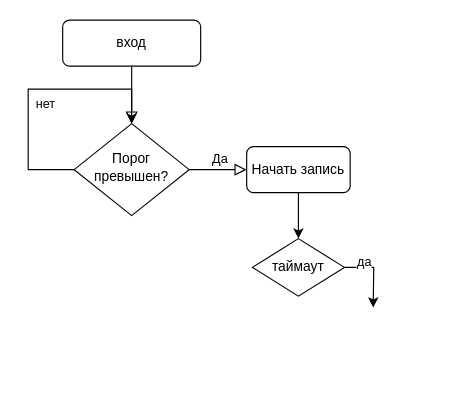
Un-ka/beta keeps this draw.io diagram as algoritm ear.drawio. Above is the earlier version. Source tidied: cells renumbered, new cells numbered last; positions are measured from the earlier drawing's top-left corner, leaving out a move shared by most shapes. Both pictures are drawn from the tidied source at 115%, with x=0, y=0 at pixel (28, 20).
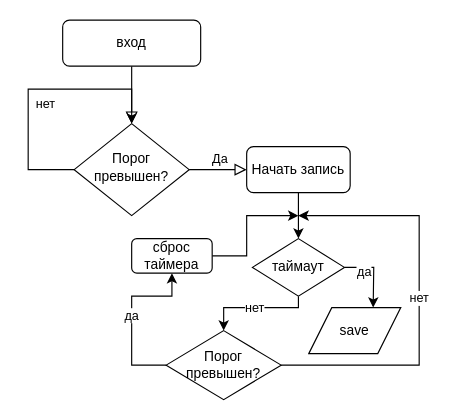
The same diagram, later.

The change refers to these unchanged cells:
```xml
<mxCell id="10" value="таймаут" style="rhombus;whiteSpace=wrap;html=1;" parent="1" vertex="1">
  <mxGeometry x="195" y="190" width="80" height="50" as="geometry" />
</mxCell>
```

Change to the diagram source:
```diff
@@
-    <mxCell id="9" value="да" style="edgeStyle=orthogonalEdgeStyle;rounded=0;jettySize=auto;html=1;align=right;verticalAlign=bottom;" parent="1" edge="1" source="10">
+    <mxCell id="9" value="да" style="edgeStyle=orthogonalEdgeStyle;rounded=0;jettySize=auto;html=1;align=right;verticalAlign=middle;" parent="1" edge="1" source="10">
       <mxGeometry relative="1" as="geometry">
         <mxPoint x="300" y="250" as="targetPoint" />
       </mxGeometry>
     </mxCell>
+    <mxCell id="11" value="нет" style="edgeStyle=orthogonalEdgeStyle;rounded=0;jettySize=auto;html=1;" parent="1" edge="1" source="10" target="14">
+      <mxGeometry relative="1" as="geometry">
+        <Array as="points">
+          <mxPoint x="235" y="250" />
+          <mxPoint x="170" y="250" />
+        </Array>
+      </mxGeometry>
+    </mxCell>
@@
+    <mxCell id="12" value="да" style="edgeStyle=orthogonalEdgeStyle;rounded=0;jettySize=auto;html=1;exitX=0;exitY=0.5;exitDx=0;exitDy=0;" parent="1" edge="1" source="14" target="16">
+      <mxGeometry relative="1" as="geometry">
+        <Array as="points">
+          <mxPoint x="90" y="300" />
+          <mxPoint x="90" y="240" />
+          <mxPoint x="125" y="240" />
+        </Array>
+      </mxGeometry>
+    </mxCell>
+    <mxCell id="13" value="нет" style="edgeStyle=orthogonalEdgeStyle;rounded=0;jettySize=auto;html=1;" parent="1" edge="1" source="14">
+      <mxGeometry relative="1" as="geometry">
+        <mxPoint x="235" y="170" as="targetPoint" />
+        <Array as="points">
+          <mxPoint x="340" y="300" />
+          <mxPoint x="340" y="170" />
+          <mxPoint x="235" y="170" />
+        </Array>
+      </mxGeometry>
+    </mxCell>
+    <mxCell id="14" value="Порог превышен?" style="rhombus;whiteSpace=wrap;html=1;verticalAlign=middle;" parent="1" vertex="1">
+      <mxGeometry x="120" y="270" width="100" height="60" as="geometry" />
+    </mxCell>
+    <mxCell id="15" style="edgeStyle=orthogonalEdgeStyle;rounded=0;jettySize=auto;html=1;" parent="1" edge="1" source="16">
+      <mxGeometry relative="1" as="geometry">
+        <mxPoint x="235" y="170" as="targetPoint" />
+        <Array as="points">
+          <mxPoint x="190" y="205" />
+          <mxPoint x="190" y="170" />
+        </Array>
+      </mxGeometry>
+    </mxCell>
+    <mxCell id="16" value="сброс таймера" style="rounded=1;whiteSpace=wrap;html=1;" parent="1" vertex="1">
+      <mxGeometry x="90" y="190" width="70" height="30" as="geometry" />
+    </mxCell>
+    <mxCell id="17" value="save" style="shape=parallelogram;perimeter=parallelogramPerimeter;whiteSpace=wrap;html=1;fixedSize=1;" parent="1" vertex="1">
+      <mxGeometry x="244" y="250" width="80" height="40" as="geometry" />
+    </mxCell>
```
